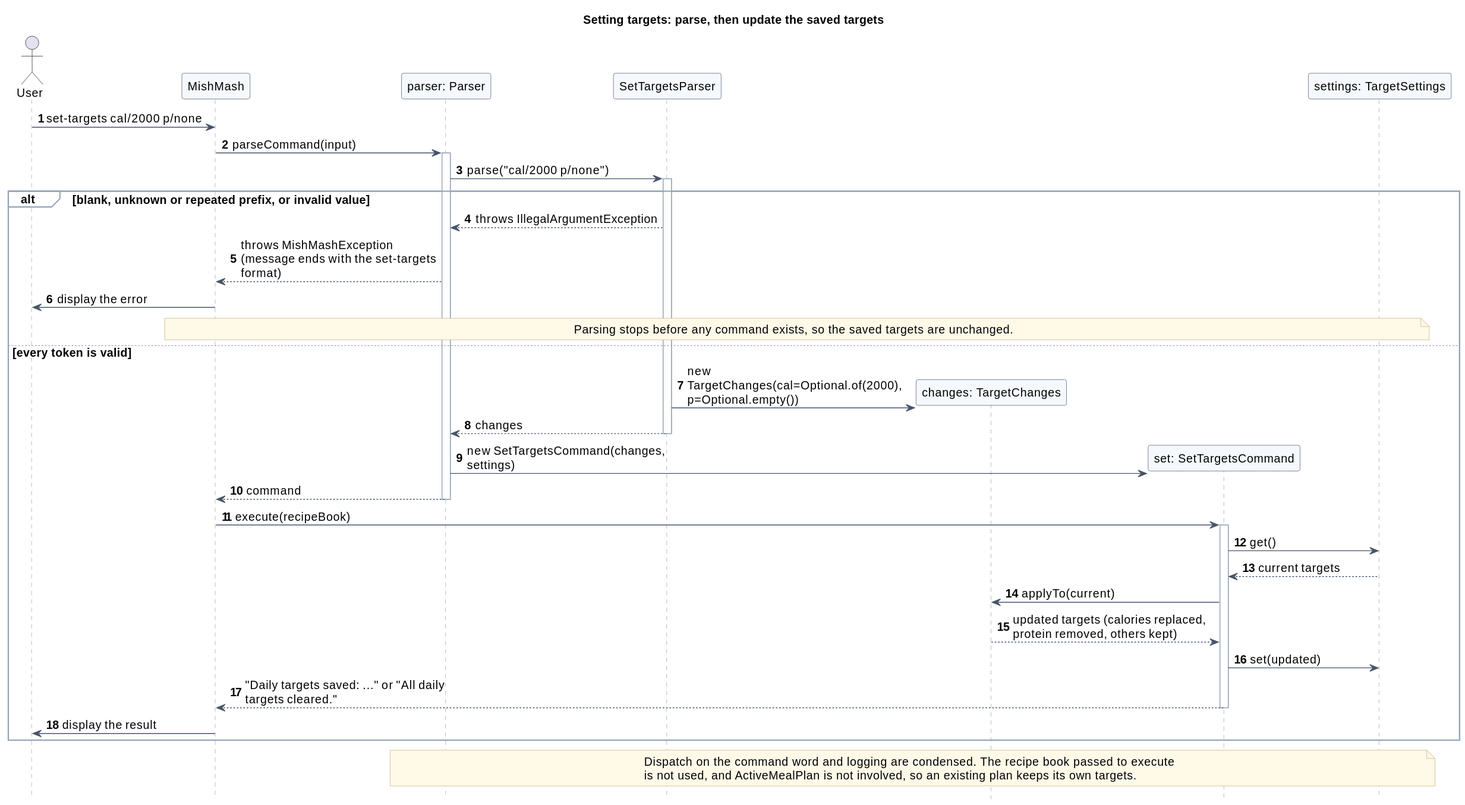
The PlantUML diagram docs/images/targets/set-targets.svg in AY2627S1-CS2113-W13-4/tp, before a commit.
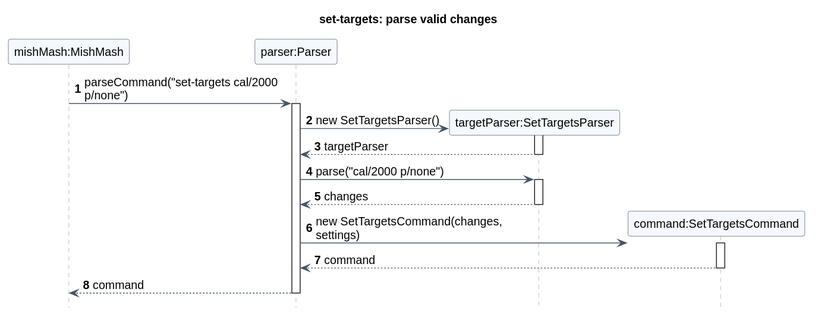
After the commit.

Change to the diagram source:
```diff
@@ -1,47 +1,29 @@
 @startuml
-!include ../shortfall/style.iuml
-title Setting targets: parse, then update the saved targets
+!include ../rixte/shortfall/style.iuml
+title set-targets: parse valid changes
 autonumber
 
-actor "User" as User
-participant "MishMash" as App
-participant "parser: Parser" as Parser
-participant "SetTargetsParser" as SParser
-participant "changes: TargetChanges" as Changes
-participant "set: SetTargetsCommand" as Set
-participant "settings: TargetSettings" as Settings
+participant "mishMash:MishMash" as App
+participant "parser:Parser" as Parser
+participant "targetParser:SetTargetsParser" as TargetParser
+participant "command:SetTargetsCommand" as Command
 
-User -> App : set-targets cal/2000 p/none
-App -> Parser : parseCommand(input)
+App -> Parser : parseCommand("set-targets cal/2000 p/none")
 activate Parser
-Parser -> SParser : parse("cal/2000 p/none")
-activate SParser
-alt blank, unknown or repeated prefix, or invalid value
-  SParser --> Parser : throws IllegalArgumentException
-  Parser --> App : throws MishMashException (message ends with the set-targets format)
-  App -> User : display the error
-  note over App, Settings : Parsing stops before any command exists, so the saved targets are unchanged.
-else every token is valid
-  SParser -> Changes ** : new TargetChanges(cal=Optional.of(2000), p=Optional.empty())
-  SParser --> Parser : changes
-  deactivate SParser
-  Parser -> Set ** : new SetTargetsCommand(changes, settings)
-  Parser --> App : command
-  deactivate Parser
-  App -> Set : execute(recipeBook)
-  activate Set
-  Set -> Settings : get()
-  Settings --> Set : current targets
-  Set -> Changes : applyTo(current)
-  Changes --> Set : updated targets (calories replaced, protein removed, others kept)
-  Set -> Settings : set(updated)
-  Set --> App : "Daily targets saved: ..." or "All daily targets cleared."
-  deactivate Set
-  App -> User : display the result
-end
-
-note over Parser, Settings
-  Dispatch on the command word and logging are condensed. The recipe book passed to execute
-  is not used, and ActiveMealPlan is not involved, so an existing plan keeps its own targets.
-end note
+create TargetParser
+Parser -> TargetParser : new SetTargetsParser()
+activate TargetParser
+TargetParser --> Parser : targetParser
+deactivate TargetParser
+Parser -> TargetParser : parse("cal/2000 p/none")
+activate TargetParser
+TargetParser --> Parser : changes
+deactivate TargetParser
+create Command
+Parser -> Command : new SetTargetsCommand(changes, settings)
+activate Command
+Command --> Parser : command
+deactivate Command
+Parser --> App : command
+deactivate Parser
 @enduml
```
